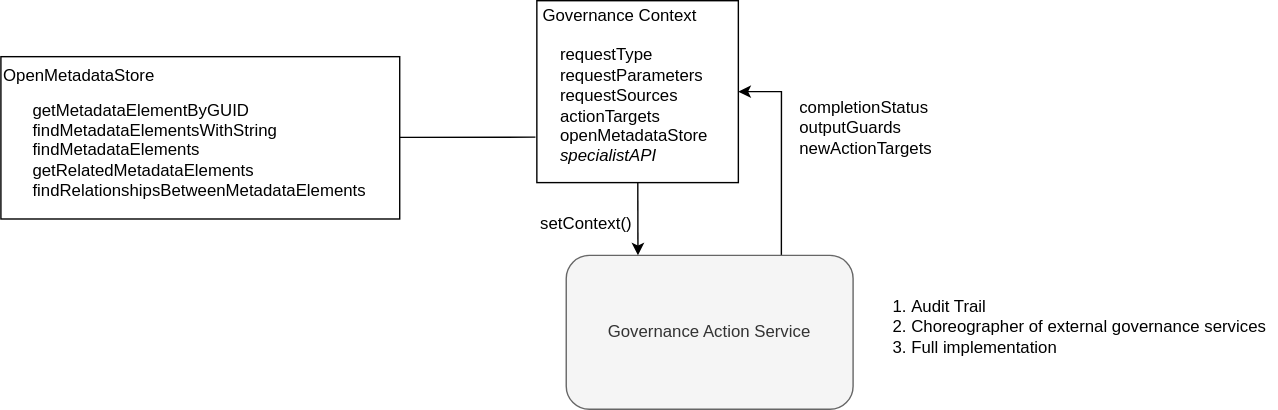
This is site/docs/frameworks/gaf/governance-context.svg from odpi/egeria-docs, a draw.io export, as it was before one commit. Source tidied: cells renumbered, new cells last; positions are measured from the earlier drawing's top-left corner, leaving out a move shared by most shapes.
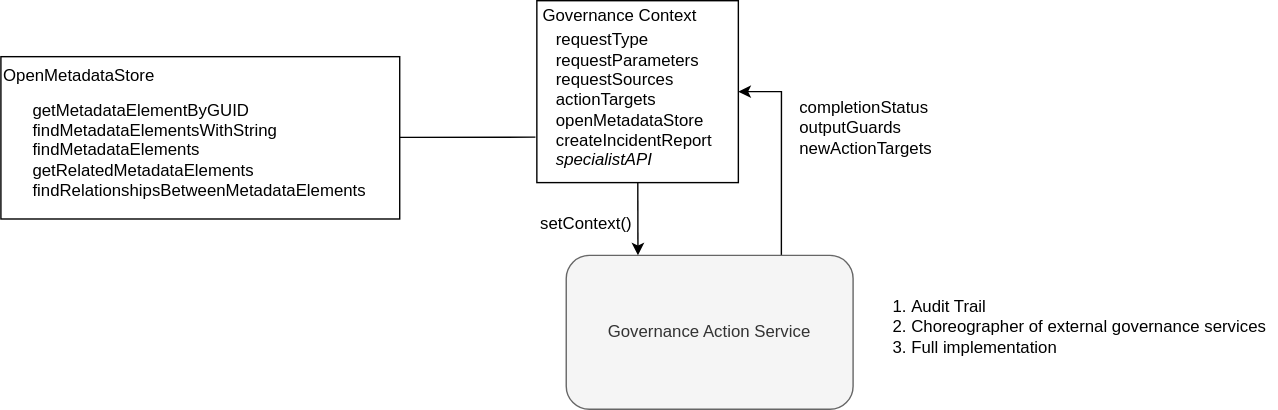
The same file after the commit.

Change to the diagram source:
```diff
@@ -18,8 +18,8 @@
     <mxCell id="5" style="rounded=0;jettySize=auto;html=1;entryX=0.25;entryY=0;entryDx=0;entryDy=0;" parent="1" edge="1" source="2" target="4">
       <mxGeometry relative="1" as="geometry" />
     </mxCell>
-    <mxCell id="6" value="requestType&lt;br&gt;requestParameters&lt;br&gt;requestSources&lt;br&gt;actionTargets&lt;br&gt;openMetadataStore&lt;br&gt;&lt;i&gt;specialistAPI&lt;/i&gt;" style="text;html=1;align=left;verticalAlign=middle;perimeterSpacing=3;" parent="1" vertex="1">
-      <mxGeometry x="398" y="30" width="120" height="90" as="geometry" />
+    <mxCell id="6" value="requestType&lt;br&gt;requestParameters&lt;br&gt;requestSources&lt;br&gt;actionTargets&lt;br&gt;openMetadataStore&lt;br&gt;createIncidentReport&lt;br&gt;&lt;i&gt;specialistAPI&lt;/i&gt;" style="text;html=1;align=left;verticalAlign=middle;perimeterSpacing=3;" parent="1" vertex="1">
+      <mxGeometry x="395" y="21" width="130" height="100" as="geometry" />
     </mxCell>
     <mxCell id="7" value="Governance Context" style="text;html=1;align=center;verticalAlign=middle;" parent="1" vertex="1">
       <mxGeometry x="382" y="2" width="120" height="18" as="geometry" />
```
